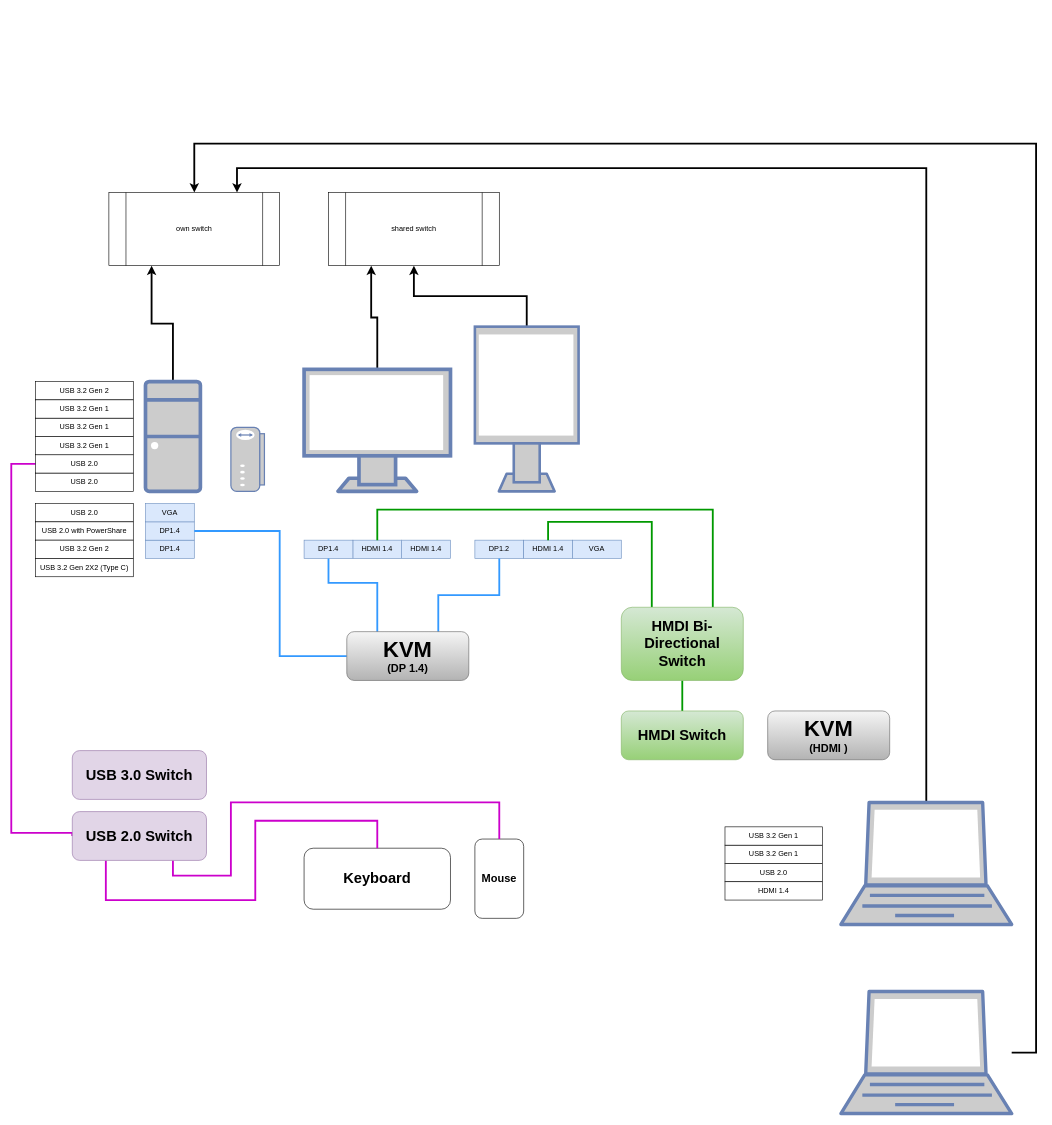
Earlier version of the draw.io diagram desk_design.drawio (johnseetoh25/draw.io_Gallery). Source tidied: cells renumbered, new cells numbered last; positions are measured from the earlier drawing's top-left corner, leaving out a move shared by most shapes. Both pictures are drawn from the tidied source at 61%, with x=0, y=0 at pixel (11, 143).
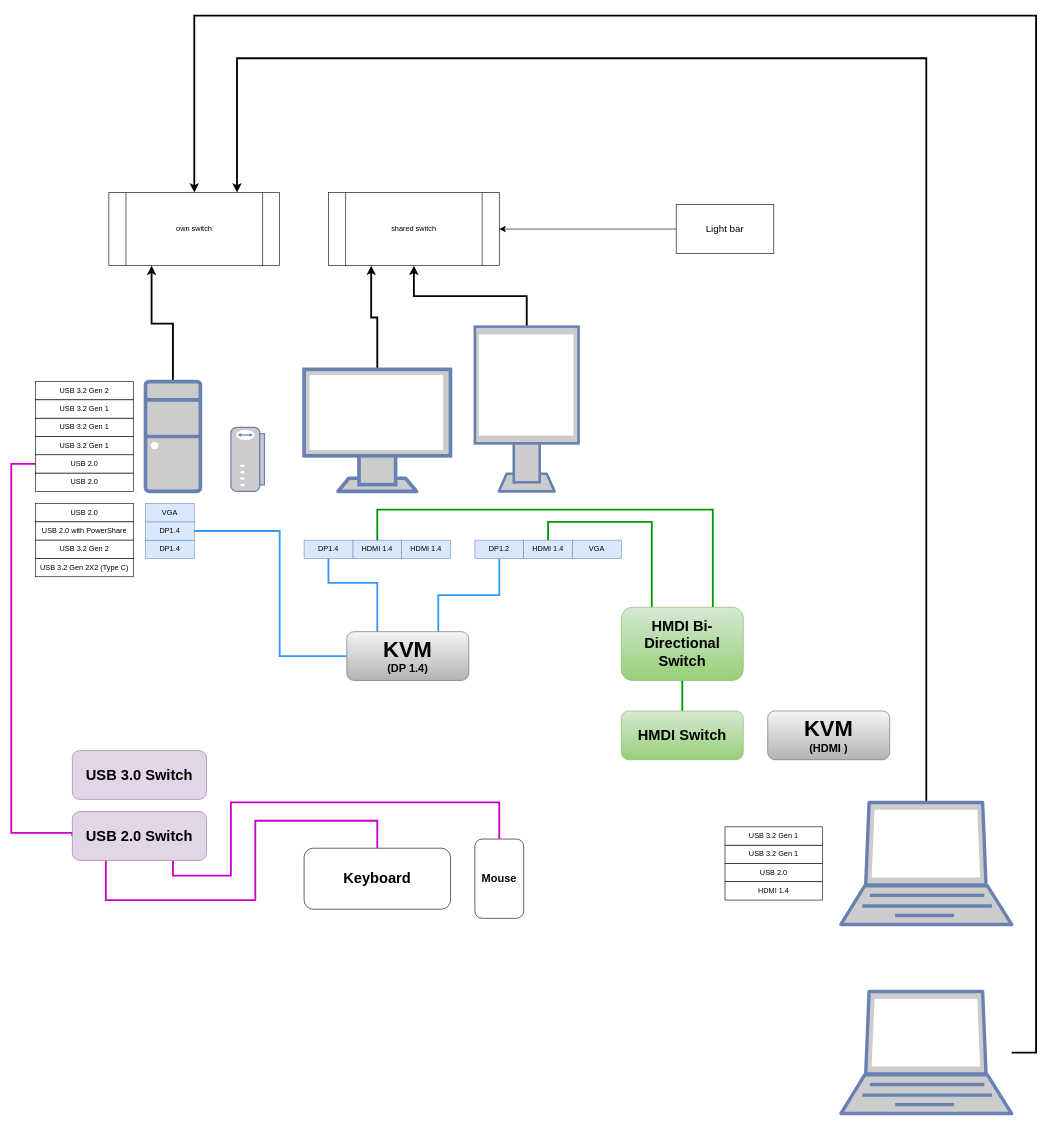
The same diagram, later.

The change refers to these unchanged cells:
```xml
<mxCell id="41" style="fontColor=#0066CC;verticalAlign=top;verticalLabelPosition=bottom;labelPosition=center;align=center;html=1;outlineConnect=0;fillColor=#CCCCCC;strokeColor=#6881B3;gradientColor=none;gradientDirection=north;strokeWidth=2;shape=mxgraph.networks.laptop;" parent="1" vertex="1">
  <mxGeometry x="1360" y="1080" width="280" height="200" as="geometry" />
</mxCell>
<mxCell id="43" style="fontColor=#0066CC;verticalAlign=top;verticalLabelPosition=bottom;labelPosition=center;align=center;html=1;outlineConnect=0;fillColor=#CCCCCC;strokeColor=#6881B3;gradientColor=none;gradientDirection=north;strokeWidth=2;shape=mxgraph.networks.laptop;" parent="1" vertex="1">
  <mxGeometry x="1360" y="1390" width="280" height="200" as="geometry" />
</mxCell>
<mxCell id="53" value="shared switch" style="shape=process;whiteSpace=wrap;html=1;backgroundOutline=1;" parent="1" vertex="1">
  <mxGeometry x="520" y="80" width="280" height="120" as="geometry" />
</mxCell>
<mxCell id="54" value="own switch" style="shape=process;whiteSpace=wrap;html=1;backgroundOutline=1;" parent="1" vertex="1">
  <mxGeometry x="160" y="80" width="280" height="120" as="geometry" />
</mxCell>
```

What changed in the source:
```diff
@@
     <mxCell id="40" style="edgeStyle=orthogonalEdgeStyle;rounded=0;jettySize=auto;html=1;entryX=0.75;entryY=0;entryDx=0;entryDy=0;exitX=0.5;exitY=0;exitDx=0;exitDy=0;exitPerimeter=0;strokeWidth=3;" parent="1" edge="1" source="41" target="54">
       <mxGeometry relative="1" as="geometry">
         <Array as="points">
-          <mxPoint x="1500" y="40" />
-          <mxPoint x="370" y="40" />
+          <mxPoint x="1500" y="-140" />
+          <mxPoint x="370" y="-140" />
         </Array>
       </mxGeometry>
     </mxCell>
@@
     <mxCell id="42" style="edgeStyle=orthogonalEdgeStyle;rounded=0;jettySize=auto;html=1;entryX=0.5;entryY=0;entryDx=0;entryDy=0;strokeWidth=3;" parent="1" edge="1" source="43" target="54">
       <mxGeometry relative="1" as="geometry">
         <Array as="points">
           <mxPoint x="1680" y="1490" />
-          <mxPoint x="1680" />
-          <mxPoint x="300" />
+          <mxPoint x="1680" y="-210" />
+          <mxPoint x="300" y="-210" />
         </Array>
       </mxGeometry>
     </mxCell>
@@
+    <mxCell id="55" style="edgeStyle=none;curved=1;rounded=0;jettySize=auto;html=1;entryX=1;entryY=0.5;entryDx=0;entryDy=0;fontSize=12;startSize=8;endSize=8;" parent="1" edge="1" source="56" target="53">
+      <mxGeometry relative="1" as="geometry" />
+    </mxCell>
+    <mxCell id="56" value="Light bar" style="rounded=0;whiteSpace=wrap;html=1;fontSize=16;" parent="1" vertex="1">
+      <mxGeometry x="1090" y="100" width="160" height="80" as="geometry" />
+    </mxCell>
```
